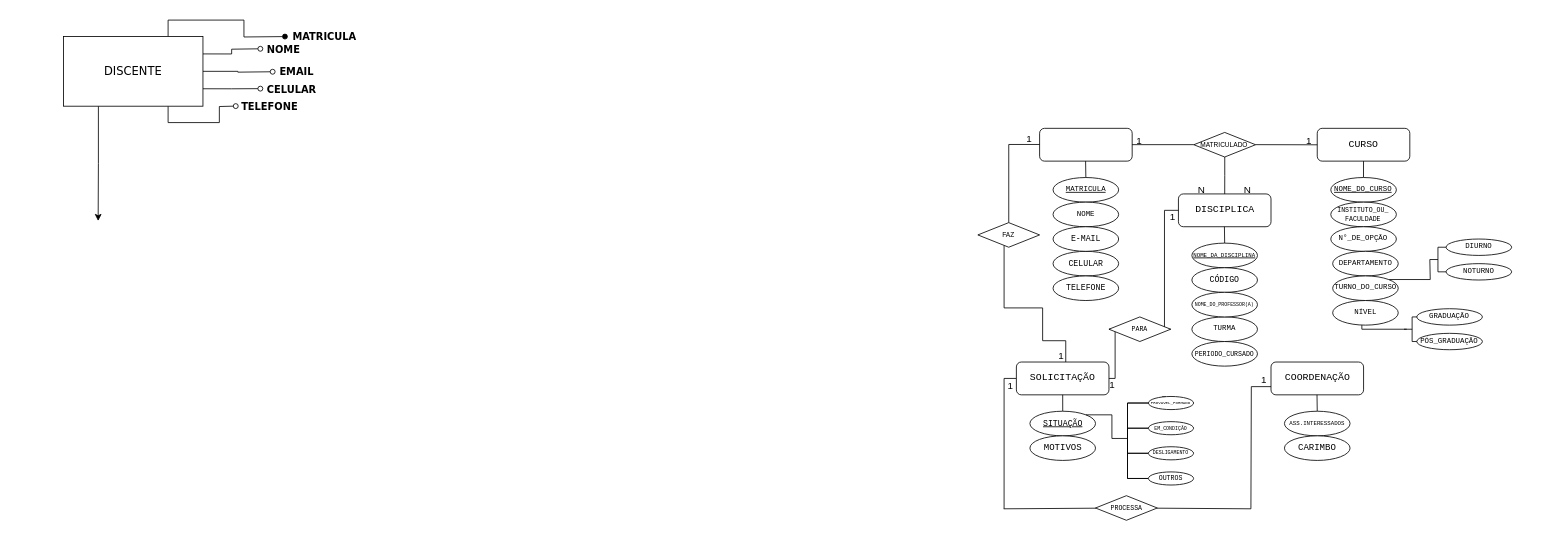
BGrangeiro/ModeC keeps this draw.io diagram as Vectors and Matrices/02.drawio. Above is the earlier version. Source tidied: cells renumbered, new cells numbered last; positions are measured from the earlier drawing's top-left corner, leaving out a move shared by most shapes. Both pictures are drawn from the tidied source at 82%, with x=0, y=0 at pixel (63, 25).
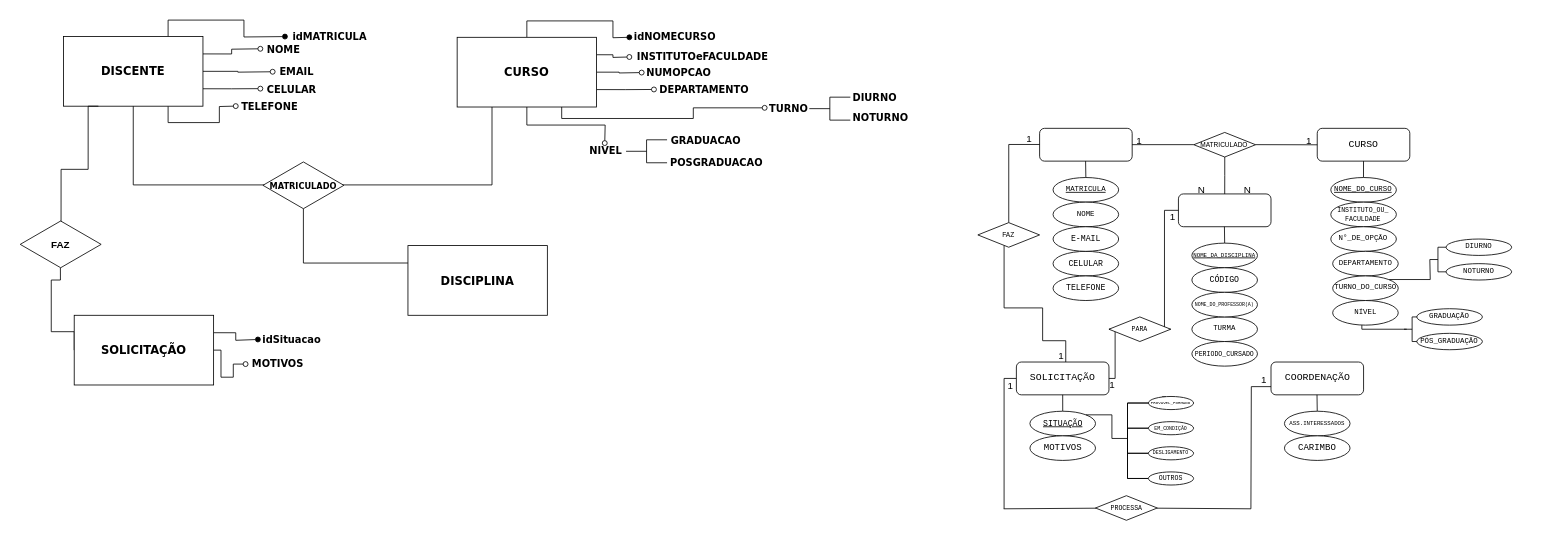
The same diagram, later.

The change refers to these unchanged cells:
```xml
<mxCell id="2" style="group;" parent="1" vertex="1">
  <mxGeometry x="1115" y="124" width="690" height="480" as="geometry" />
</mxCell>
```

Diff of the diagram source:
```diff
@@
-    <mxCell id="20" value="DISCIPLICA" style="rounded=1;whiteSpace=wrap;html=1;fontSize=12;glass=0;strokeWidth=1;shadow=0;fontFamily=Courier New;" parent="2" vertex="1">
+    <mxCell id="20" value="&amp;nbsp;" style="rounded=1;whiteSpace=wrap;html=1;fontSize=12;glass=0;strokeWidth=1;shadow=0;fontFamily=Courier New;" parent="2" vertex="1">
       <mxGeometry x="244.6" y="82" width="112.9" height="40" as="geometry" />
     </mxCell>
@@
-    <mxCell id="83" value="MATRICULA" style="text;html=1;align=center;verticalAlign=middle;strokeColor=none;fillColor=none;fontSize=12;fontFamily=Verdana;fontStyle=1;" parent="1" vertex="1">
-      <mxGeometry x="265" width="105" height="30" as="geometry" />
+    <mxCell id="83" value="&amp;nbsp; &amp;nbsp;idMATRICULA" style="text;html=1;align=center;verticalAlign=middle;strokeColor=none;fillColor=none;fontSize=12;fontFamily=Verdana;fontStyle=1;" parent="1" vertex="1">
+      <mxGeometry x="258" width="120" height="30" as="geometry" />
     </mxCell>
@@
-    <mxCell id="90" style="edgeStyle=orthogonalEdgeStyle;rounded=0;jettySize=auto;html=1;exitX=0.25;exitY=1;exitDx=0;exitDy=0;" parent="1" edge="1" source="92">
-      <mxGeometry relative="1" as="geometry">
-        <mxPoint x="42.2" y="239" as="targetPoint" />
-      </mxGeometry>
-    </mxCell>
@@
+    <mxCell id="93" style="edgeStyle=orthogonalEdgeStyle;rounded=0;orthogonalLoop=1;jettySize=auto;html=1;exitX=0.5;exitY=1;exitDx=0;exitDy=0;entryX=0.25;entryY=1;entryDx=0;entryDy=0;endArrow=none;endFill=0;" parent="1" edge="1">
+      <mxGeometry relative="1" as="geometry">
+        <mxPoint x="85" y="85" as="sourcePoint" />
+        <mxPoint x="522.5" y="86" as="targetPoint" />
+        <Array as="points">
+          <mxPoint x="85" y="195" />
+          <mxPoint x="523" y="195" />
+        </Array>
+      </mxGeometry>
+    </mxCell>
-    <mxCell id="92" value="&lt;font face=&quot;Verdana&quot; style=&quot;font-size: 14px;&quot;&gt;DISCENTE&lt;/font&gt;" style="whiteSpace=wrap;html=1;verticalAlign=middle;" parent="1" vertex="1">
+    <mxCell id="92" value="&lt;font face=&quot;Verdana&quot; style=&quot;font-size: 14px;&quot;&gt;&lt;b&gt;DISCENTE&lt;/b&gt;&lt;/font&gt;" style="whiteSpace=wrap;html=1;verticalAlign=middle;" parent="1" vertex="1">
       <mxGeometry y="14" width="170" height="85" as="geometry" />
     </mxCell>
+    <mxCell id="94" value="&lt;b&gt;FAZ&lt;/b&gt;" style="html=1;whiteSpace=wrap;shape=isoRectangle;" parent="1" vertex="1">
+      <mxGeometry x="-60" y="239" width="113" height="57" as="geometry" />
+    </mxCell>
+    <mxCell id="95" style="edgeStyle=orthogonalEdgeStyle;rounded=0;jettySize=auto;html=1;exitX=0.25;exitY=1;exitDx=0;exitDy=0;entryX=0.504;entryY=0.01;entryDx=0;entryDy=0;entryPerimeter=0;endArrow=none;endFill=0;" parent="1" edge="1" source="92" target="94">
+      <mxGeometry relative="1" as="geometry">
+        <Array as="points">
+          <mxPoint x="30" y="99" />
+          <mxPoint x="30" y="176" />
+          <mxPoint x="-3" y="176" />
+        </Array>
+      </mxGeometry>
+    </mxCell>
+    <mxCell id="96" style="edgeStyle=orthogonalEdgeStyle;rounded=0;jettySize=auto;html=1;exitX=0;exitY=0.5;exitDx=0;exitDy=0;endArrow=none;endFill=0;entryX=0.497;entryY=1.001;entryDx=0;entryDy=0;entryPerimeter=0;" parent="1" edge="1" source="102" target="94">
+      <mxGeometry relative="1" as="geometry">
+        <Array as="points">
+          <mxPoint x="13" y="374" />
+          <mxPoint x="-15" y="374" />
+          <mxPoint x="-15" y="311" />
+        </Array>
+      </mxGeometry>
+    </mxCell>
+    <mxCell id="97" style="group;" parent="1" vertex="1">
+      <mxGeometry x="13" y="354" width="310" height="85" as="geometry" />
+    </mxCell>
+    <mxCell id="98" style="edgeStyle=orthogonalEdgeStyle;rounded=0;jettySize=auto;html=1;exitX=1;exitY=0.25;exitDx=0;exitDy=0;endArrow=oval;endFill=1;" parent="97" edge="1" source="102">
+      <mxGeometry relative="1" as="geometry">
+        <mxPoint x="224" y="29.5" as="targetPoint" />
+        <Array as="points">
+          <mxPoint x="197" y="21.5" />
+          <mxPoint x="197" y="30.5" />
+          <mxPoint x="224" y="30.5" />
+        </Array>
+      </mxGeometry>
+    </mxCell>
+    <mxCell id="99" style="edgeStyle=orthogonalEdgeStyle;rounded=0;jettySize=auto;html=1;exitX=1;exitY=0.5;exitDx=0;exitDy=0;endArrow=oval;endFill=0;" parent="97" edge="1" source="102">
+      <mxGeometry relative="1" as="geometry">
+        <mxPoint x="209" y="59.5" as="targetPoint" />
+        <Array as="points">
+          <mxPoint x="179" y="42.5" />
+          <mxPoint x="179" y="75.5" />
+          <mxPoint x="194" y="75.5" />
+          <mxPoint x="194" y="59.5" />
+        </Array>
+      </mxGeometry>
+    </mxCell>
+    <mxCell id="100" value="idSituacao" style="text;html=1;align=center;verticalAlign=middle;strokeColor=none;fillColor=none;fontFamily=Verdana;fontStyle=1;" parent="97" vertex="1">
+      <mxGeometry x="220" y="14.5" width="90" height="30" as="geometry" />
+    </mxCell>
+    <mxCell id="101" value="MOTIVOS" style="text;html=1;align=center;verticalAlign=middle;strokeColor=none;fillColor=none;fontFamily=Verdana;fontStyle=1;" parent="97" vertex="1">
+      <mxGeometry x="203" y="44.5" width="90" height="30" as="geometry" />
+    </mxCell>
+    <mxCell id="102" value="&lt;font face=&quot;Verdana&quot; style=&quot;font-size: 14px;&quot;&gt;&lt;b&gt;SOLICITAÇÃO&lt;/b&gt;&lt;/font&gt;" style="whiteSpace=wrap;html=1;verticalAlign=middle;" parent="97" vertex="1">
+      <mxGeometry width="170" height="85" as="geometry" />
+    </mxCell>
+    <mxCell id="103" style="group;" parent="1" vertex="1">
+      <mxGeometry x="480" width="561" height="184" as="geometry" />
+    </mxCell>
+    <mxCell id="104" style="edgeStyle=orthogonalEdgeStyle;rounded=0;jettySize=auto;html=1;exitX=1;exitY=0.25;exitDx=0;exitDy=0;endArrow=oval;endFill=0;" parent="103" edge="1" source="115">
+      <mxGeometry relative="1" as="geometry">
+        <mxPoint x="210" y="39" as="targetPoint" />
+      </mxGeometry>
+    </mxCell>
+    <mxCell id="105" style="edgeStyle=orthogonalEdgeStyle;rounded=0;jettySize=auto;html=1;exitX=1;exitY=0.5;exitDx=0;exitDy=0;endArrow=oval;endFill=0;" parent="103" edge="1" source="115">
+      <mxGeometry relative="1" as="geometry">
+        <mxPoint x="225" y="58" as="targetPoint" />
+      </mxGeometry>
+    </mxCell>
+    <mxCell id="106" value="&amp;nbsp; &amp;nbsp;idNOMECURSO" style="text;html=1;align=center;verticalAlign=middle;strokeColor=none;fillColor=none;fontSize=12;fontFamily=Verdana;fontStyle=1;" parent="103" vertex="1">
+      <mxGeometry x="191" width="135" height="30" as="geometry" />
+    </mxCell>
+    <mxCell id="107" style="edgeStyle=orthogonalEdgeStyle;rounded=0;jettySize=auto;html=1;exitX=1;exitY=0.75;exitDx=0;exitDy=0;endArrow=oval;endFill=0;" parent="103" edge="1" source="115">
+      <mxGeometry relative="1" as="geometry">
+        <mxPoint x="240" y="78.6" as="targetPoint" />
+      </mxGeometry>
+    </mxCell>
+    <mxCell id="108" value="INSTITUTOeFACULDADE" style="text;html=1;align=center;verticalAlign=middle;strokeColor=none;fillColor=none;fontFamily=Verdana;fontStyle=1;" parent="103" vertex="1">
+      <mxGeometry x="209" y="24" width="180" height="30" as="geometry" />
+    </mxCell>
+    <mxCell id="109" value="TURNO" style="text;html=1;align=center;verticalAlign=middle;strokeColor=none;fillColor=none;fontFamily=Verdana;fontStyle=1;" parent="103" vertex="1">
+      <mxGeometry x="366.5" y="87" width="75" height="30" as="geometry" />
+    </mxCell>
+    <mxCell id="110" value="NUMOPCAO" style="text;html=1;align=center;verticalAlign=middle;strokeColor=none;fillColor=none;fontFamily=Verdana;fontStyle=1;" parent="103" vertex="1">
+      <mxGeometry x="217" y="43.5" width="105" height="30" as="geometry" />
+    </mxCell>
+    <mxCell id="111" value="DEPARTAMENTO" style="text;html=1;align=center;verticalAlign=middle;strokeColor=none;fillColor=none;fontFamily=Verdana;fontStyle=1;" parent="103" vertex="1">
+      <mxGeometry x="233.5" y="64" width="135" height="30" as="geometry" />
+    </mxCell>
+    <mxCell id="112" style="edgeStyle=orthogonalEdgeStyle;rounded=0;jettySize=auto;html=1;exitX=0.5;exitY=0;exitDx=0;exitDy=0;endArrow=oval;endFill=1;" parent="103" edge="1" source="115">
+      <mxGeometry relative="1" as="geometry">
+        <mxPoint x="210" y="15" as="targetPoint" />
+      </mxGeometry>
+    </mxCell>
+    <mxCell id="113" style="edgeStyle=orthogonalEdgeStyle;rounded=0;jettySize=auto;html=1;exitX=0.75;exitY=1;exitDx=0;exitDy=0;endArrow=oval;endFill=0;" parent="103" edge="1" source="115">
+      <mxGeometry relative="1" as="geometry">
+        <mxPoint x="375" y="101" as="targetPoint" />
+        <Array as="points">
+          <mxPoint x="128" y="114" />
+          <mxPoint x="288" y="114" />
+          <mxPoint x="288" y="101" />
+          <mxPoint x="375" y="101" />
+        </Array>
+      </mxGeometry>
+    </mxCell>
+    <mxCell id="114" style="edgeStyle=orthogonalEdgeStyle;rounded=0;jettySize=auto;html=1;exitX=0.5;exitY=1;exitDx=0;exitDy=0;endArrow=oval;endFill=0;" parent="103" edge="1" source="115">
+      <mxGeometry relative="1" as="geometry">
+        <mxPoint x="180" y="144" as="targetPoint" />
+      </mxGeometry>
+    </mxCell>
+    <mxCell id="115" value="&lt;font face=&quot;Verdana&quot;&gt;&lt;span style=&quot;font-size: 14px;&quot;&gt;&lt;b&gt;CURSO&lt;/b&gt;&lt;/span&gt;&lt;/font&gt;" style="whiteSpace=wrap;html=1;verticalAlign=middle;" parent="103" vertex="1">
+      <mxGeometry y="15" width="170" height="85" as="geometry" />
+    </mxCell>
+    <mxCell id="116" style="strokeWidth=1;html=1;shape=mxgraph.flowchart.annotation_2;align=left;labelPosition=right;" parent="103" vertex="1">
+      <mxGeometry x="429.5" y="88" width="50" height="28" as="geometry" />
+    </mxCell>
+    <mxCell id="117" value="DIURNO" style="text;html=1;align=center;verticalAlign=middle;strokeColor=none;fillColor=none;fontFamily=Verdana;fontStyle=1;" parent="103" vertex="1">
+      <mxGeometry x="471" y="74" width="75" height="30" as="geometry" />
+    </mxCell>
+    <mxCell id="118" value="NOTURNO" style="text;html=1;align=center;verticalAlign=middle;strokeColor=none;fillColor=none;fontFamily=Verdana;fontStyle=1;" parent="103" vertex="1">
+      <mxGeometry x="471" y="99" width="90" height="30" as="geometry" />
+    </mxCell>
+    <mxCell id="119" value="NIVEL" style="text;html=1;align=center;verticalAlign=middle;strokeColor=none;fillColor=none;fontFamily=Verdana;fontStyle=1;" parent="103" vertex="1">
+      <mxGeometry x="143.5" y="139" width="75" height="30" as="geometry" />
+    </mxCell>
+    <mxCell id="120" style="strokeWidth=1;html=1;shape=mxgraph.flowchart.annotation_2;align=left;labelPosition=right;" parent="103" vertex="1">
+      <mxGeometry x="206" y="140" width="50" height="28" as="geometry" />
+    </mxCell>
+    <mxCell id="121" value="GRADUACAO" style="text;html=1;align=center;verticalAlign=middle;strokeColor=none;fillColor=none;fontFamily=Verdana;fontStyle=1;" parent="103" vertex="1">
+      <mxGeometry x="250" y="126" width="105" height="30" as="geometry" />
+    </mxCell>
+    <mxCell id="122" value="POSGRADUACAO" style="text;html=1;align=center;verticalAlign=middle;strokeColor=none;fillColor=none;fontFamily=Verdana;fontStyle=1;" parent="103" vertex="1">
+      <mxGeometry x="248" y="154" width="135" height="30" as="geometry" />
+    </mxCell>
+    <mxCell id="123" value="&lt;font style=&quot;font-size: 10px;&quot; face=&quot;Verdana&quot;&gt;&lt;b style=&quot;&quot;&gt;MATRICULADO&lt;/b&gt;&lt;/font&gt;" style="html=1;whiteSpace=wrap;shape=isoRectangle;" parent="1" vertex="1">
+      <mxGeometry x="236" y="167" width="113" height="57" as="geometry" />
+    </mxCell>
+    <mxCell id="124" style="edgeStyle=orthogonalEdgeStyle;rounded=0;jettySize=auto;html=1;exitX=0;exitY=0.25;exitDx=0;exitDy=0;endArrow=none;endFill=0;" parent="1" edge="1" source="125" target="123">
+      <mxGeometry relative="1" as="geometry" />
+    </mxCell>
+    <mxCell id="125" value="&lt;font face=&quot;Verdana&quot; style=&quot;font-size: 14px;&quot;&gt;&lt;b&gt;DISCIPLINA&lt;/b&gt;&lt;/font&gt; " style="whiteSpace=wrap;html=1;verticalAlign=middle;" parent="1" vertex="1">
+      <mxGeometry x="420" y="269" width="170" height="85" as="geometry" />
+    </mxCell>
```
